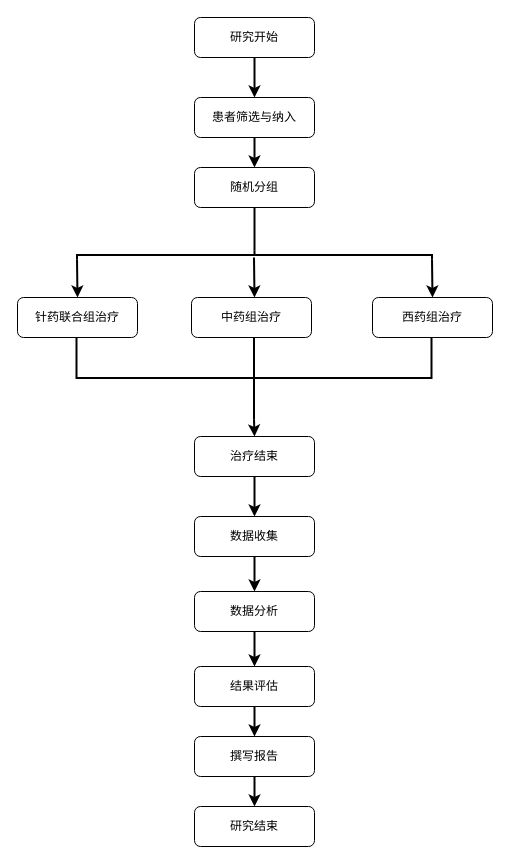
This is 未命名绘图.drawio from MJmichael/draw, a draw.io file, before an edit. Source tidied: cells renumbered, new cells numbered last; positions are measured from the earlier drawing's top-left corner, leaving out a move shared by most shapes. Both pictures are drawn from the tidied source at 100%, with x=0, y=0 at pixel (17, 17).
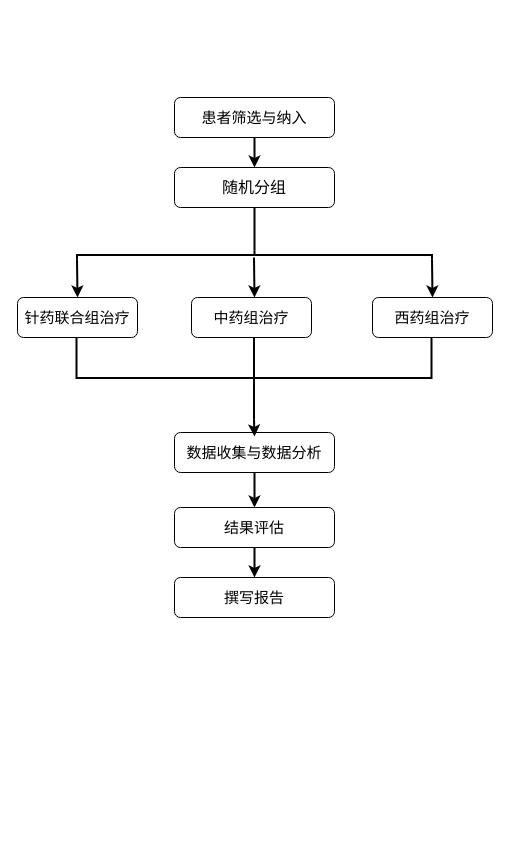
After the change.

Commit message (it also covers changes not shown here):
更新未命名绘图.drawio

Unchanged cells that the change refers to:
```xml
<mxCell id="26" style="strokeWidth=2;html=1;shape=mxgraph.flowchart.annotation_2;align=left;labelPosition=right;rotation=-90;" parent="1" vertex="1">
  <mxGeometry x="195.4" y="183.1" width="82.2" height="355" as="geometry" />
</mxCell>
```

The edit, as a diff of the source:
```diff
@@
-    <mxCell id="2" style="edgeStyle=orthogonalEdgeStyle;rounded=0;jettySize=auto;html=1;exitX=0.5;exitY=1;exitDx=0;exitDy=0;entryX=0.5;entryY=0;entryDx=0;entryDy=0;strokeWidth=2;" parent="1" edge="1" source="3" target="7">
-      <mxGeometry relative="1" as="geometry" />
-    </mxCell>
-    <mxCell id="3" value="研究开始" style="rounded=1;whiteSpace=wrap;html=1;fontSize=12;glass=0;strokeWidth=1;shadow=0;" parent="1" vertex="1">
-      <mxGeometry x="177" width="120" height="40" as="geometry" />
-    </mxCell>
-    <mxCell id="4" style="edgeStyle=orthogonalEdgeStyle;rounded=0;jettySize=auto;html=1;exitX=0.5;exitY=1;exitDx=0;exitDy=0;entryX=0.5;entryY=0;entryDx=0;entryDy=0;strokeWidth=2;" parent="1" edge="1" source="5" target="13">
-      <mxGeometry relative="1" as="geometry" />
-    </mxCell>
-    <mxCell id="5" value="治疗结束" style="rounded=1;whiteSpace=wrap;html=1;fontSize=12;glass=0;strokeWidth=1;shadow=0;" parent="1" vertex="1">
-      <mxGeometry x="177" y="419" width="120" height="40" as="geometry" />
-    </mxCell>
@@
-    <mxCell id="7" value="患者筛选与纳入" style="rounded=1;whiteSpace=wrap;html=1;fontSize=12;glass=0;strokeWidth=1;shadow=0;" parent="1" vertex="1">
-      <mxGeometry x="177" y="80" width="120" height="40" as="geometry" />
+    <mxCell id="7" value="&lt;font style=&quot;font-size: 15px;&quot;&gt;患者筛选与纳入&lt;/font&gt;" style="rounded=1;whiteSpace=wrap;html=1;fontSize=12;glass=0;strokeWidth=1;shadow=0;" parent="1" vertex="1">
+      <mxGeometry x="157" y="80" width="160" height="40" as="geometry" />
     </mxCell>
-    <mxCell id="8" value="随机分组" style="rounded=1;whiteSpace=wrap;html=1;fontSize=12;glass=0;strokeWidth=1;shadow=0;" parent="1" vertex="1">
-      <mxGeometry x="177" y="150" width="120" height="40" as="geometry" />
+    <mxCell id="8" value="&lt;font style=&quot;font-size: 16px;&quot;&gt;随机分组&lt;/font&gt;" style="rounded=1;whiteSpace=wrap;html=1;fontSize=12;glass=0;strokeWidth=1;shadow=0;" parent="1" vertex="1">
+      <mxGeometry x="157" y="150" width="160" height="40" as="geometry" />
     </mxCell>
-    <mxCell id="9" value="针药联合组治疗" style="rounded=1;whiteSpace=wrap;html=1;fontSize=12;glass=0;strokeWidth=1;shadow=0;" parent="1" vertex="1">
+    <mxCell id="9" value="&lt;font style=&quot;font-size: 15px;&quot;&gt;针药联合组治疗&lt;/font&gt;" style="rounded=1;whiteSpace=wrap;html=1;fontSize=12;glass=0;strokeWidth=1;shadow=0;" parent="1" vertex="1">
       <mxGeometry y="280" width="120" height="40" as="geometry" />
     </mxCell>
-    <mxCell id="10" value="中药组治疗" style="rounded=1;whiteSpace=wrap;html=1;fontSize=12;glass=0;strokeWidth=1;shadow=0;" parent="1" vertex="1">
+    <mxCell id="10" value="&lt;font style=&quot;font-size: 15px;&quot;&gt;中药组治疗&lt;/font&gt;" style="rounded=1;whiteSpace=wrap;html=1;fontSize=12;glass=0;strokeWidth=1;shadow=0;" parent="1" vertex="1">
       <mxGeometry x="174" y="280" width="120" height="40" as="geometry" />
     </mxCell>
-    <mxCell id="11" value="西药组治疗" style="rounded=1;whiteSpace=wrap;html=1;fontSize=12;glass=0;strokeWidth=1;shadow=0;" parent="1" vertex="1">
+    <mxCell id="11" value="&lt;font style=&quot;font-size: 15px;&quot;&gt;西药组治疗&lt;/font&gt;" style="rounded=1;whiteSpace=wrap;html=1;fontSize=12;glass=0;strokeWidth=1;shadow=0;" parent="1" vertex="1">
       <mxGeometry x="355" y="280" width="120" height="40" as="geometry" />
     </mxCell>
-    <mxCell id="12" style="edgeStyle=orthogonalEdgeStyle;rounded=0;jettySize=auto;html=1;exitX=0.5;exitY=1;exitDx=0;exitDy=0;entryX=0.5;entryY=0;entryDx=0;entryDy=0;strokeWidth=2;" parent="1" edge="1" source="13" target="15">
-      <mxGeometry relative="1" as="geometry" />
-    </mxCell>
-    <mxCell id="13" value="数据收集" style="rounded=1;whiteSpace=wrap;html=1;fontSize=12;glass=0;strokeWidth=1;shadow=0;" parent="1" vertex="1">
-      <mxGeometry x="177" y="499" width="120" height="40" as="geometry" />
+    <mxCell id="13" value="&lt;font style=&quot;font-size: 15px;&quot;&gt;数据收集与数据分析&lt;/font&gt;" style="rounded=1;whiteSpace=wrap;html=1;fontSize=12;glass=0;strokeWidth=1;shadow=0;" parent="1" vertex="1">
+      <mxGeometry x="157" y="415" width="160" height="40" as="geometry" />
     </mxCell>
-    <mxCell id="14" style="edgeStyle=orthogonalEdgeStyle;rounded=0;jettySize=auto;html=1;exitX=0.5;exitY=1;exitDx=0;exitDy=0;entryX=0.5;entryY=0;entryDx=0;entryDy=0;strokeWidth=2;" parent="1" edge="1" source="15" target="17">
-      <mxGeometry relative="1" as="geometry" />
+    <mxCell id="14" style="edgeStyle=orthogonalEdgeStyle;rounded=0;jettySize=auto;html=1;exitX=0.5;exitY=1;exitDx=0;exitDy=0;entryX=0.5;entryY=0;entryDx=0;entryDy=0;strokeWidth=2;" parent="1" edge="1" target="17">
+      <mxGeometry relative="1" as="geometry">
+        <mxPoint x="237" y="455" as="sourcePoint" />
+      </mxGeometry>
     </mxCell>
-    <mxCell id="15" value="数据分析" style="rounded=1;whiteSpace=wrap;html=1;fontSize=12;glass=0;strokeWidth=1;shadow=0;" parent="1" vertex="1">
-      <mxGeometry x="177" y="574" width="120" height="40" as="geometry" />
-    </mxCell>
@@
-    <mxCell id="17" value="结果评估" style="rounded=1;whiteSpace=wrap;html=1;fontSize=12;glass=0;strokeWidth=1;shadow=0;" parent="1" vertex="1">
-      <mxGeometry x="177" y="649" width="120" height="40" as="geometry" />
+    <mxCell id="17" value="&lt;font style=&quot;font-size: 15px;&quot;&gt;结果评估&lt;/font&gt;" style="rounded=1;whiteSpace=wrap;html=1;fontSize=12;glass=0;strokeWidth=1;shadow=0;" parent="1" vertex="1">
+      <mxGeometry x="157" y="490" width="160" height="40" as="geometry" />
     </mxCell>
-    <mxCell id="18" style="edgeStyle=orthogonalEdgeStyle;rounded=0;jettySize=auto;html=1;exitX=0.5;exitY=1;exitDx=0;exitDy=0;entryX=0.5;entryY=0;entryDx=0;entryDy=0;strokeWidth=2;" parent="1" edge="1" source="19" target="20">
-      <mxGeometry relative="1" as="geometry" />
-    </mxCell>
-    <mxCell id="19" value="撰写报告" style="rounded=1;whiteSpace=wrap;html=1;fontSize=12;glass=0;strokeWidth=1;shadow=0;" parent="1" vertex="1">
-      <mxGeometry x="177" y="719" width="120" height="40" as="geometry" />
+    <mxCell id="19" value="&lt;font style=&quot;font-size: 15px;&quot;&gt;撰写报告&lt;/font&gt;" style="rounded=1;whiteSpace=wrap;html=1;fontSize=12;glass=0;strokeWidth=1;shadow=0;" parent="1" vertex="1">
+      <mxGeometry x="157" y="560" width="160" height="40" as="geometry" />
     </mxCell>
-    <mxCell id="20" value="研究结束" style="rounded=1;whiteSpace=wrap;html=1;fontSize=12;glass=0;strokeWidth=1;shadow=0;" parent="1" vertex="1">
-      <mxGeometry x="177" y="789" width="120" height="40" as="geometry" />
-    </mxCell>
@@
-    <mxCell id="25" style="edgeStyle=orthogonalEdgeStyle;rounded=0;jettySize=auto;html=1;exitX=0;exitY=0.5;exitDx=0;exitDy=0;exitPerimeter=0;entryX=0.5;entryY=0;entryDx=0;entryDy=0;strokeWidth=2;" parent="1" edge="1" source="26" target="5">
-      <mxGeometry relative="1" as="geometry" />
+    <mxCell id="25" style="edgeStyle=orthogonalEdgeStyle;rounded=0;jettySize=auto;html=1;exitX=0;exitY=0.5;exitDx=0;exitDy=0;exitPerimeter=0;entryX=0.5;entryY=0;entryDx=0;entryDy=0;strokeWidth=2;" parent="1" edge="1" source="26">
+      <mxGeometry relative="1" as="geometry">
+        <mxPoint x="237" y="419" as="targetPoint" />
+      </mxGeometry>
     </mxCell>
```
